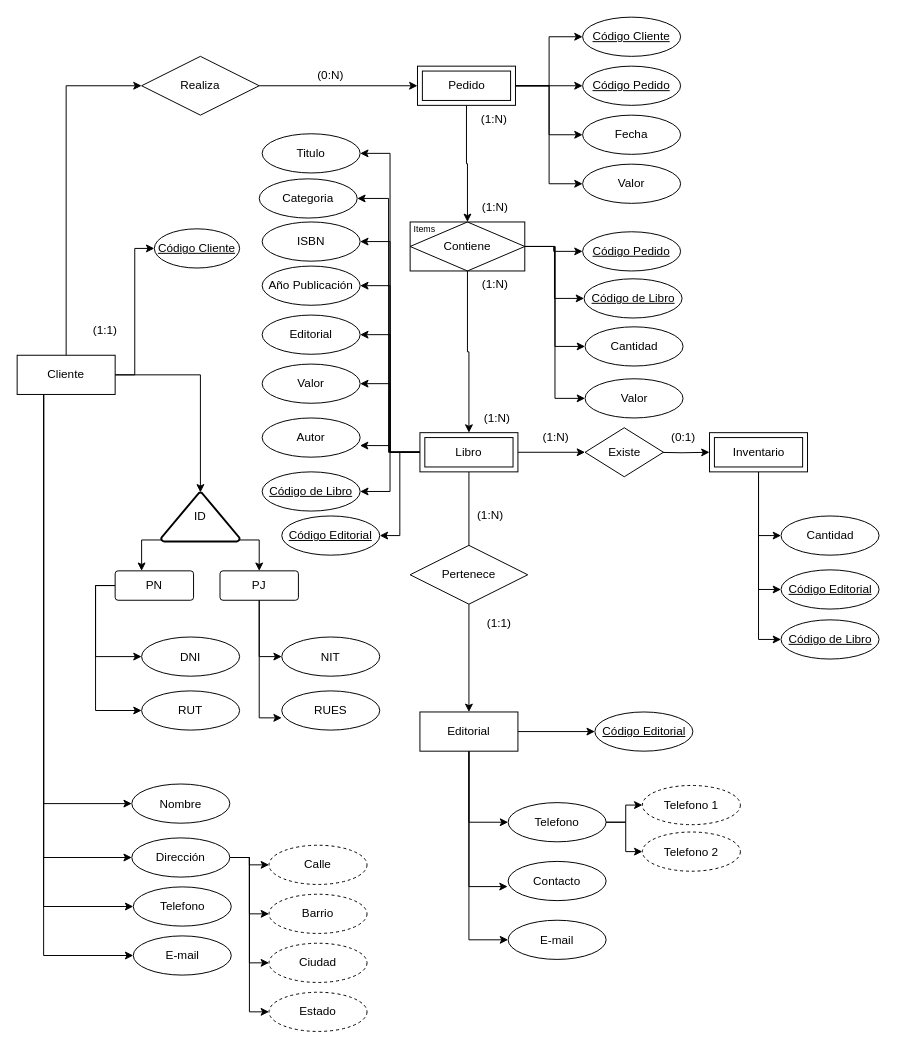
The draw.io diagram modelo.drawio in Starleen1996/Modelado_Datos, before the edit. Source tidied: cells renumbered, new cells numbered last; positions are measured from the earlier drawing's top-left corner, leaving out a move shared by most shapes. Both pictures are drawn from the tidied source at 98%, with x=0, y=0 at pixel (17, 17).
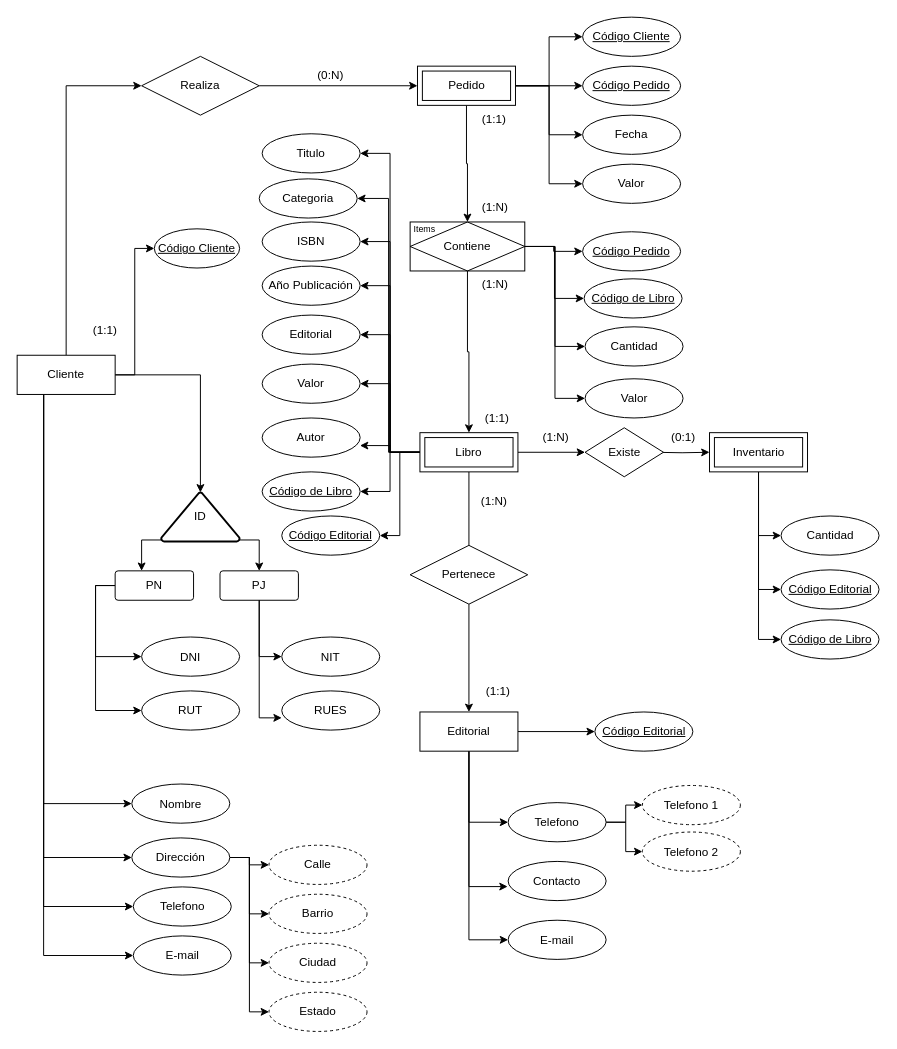
Above is the later version.

The edit, as a diff of the source:
```diff
@@
-    <mxCell id="39" value="(1:N)" style="text;strokeColor=none;align=center;fillColor=none;html=1;verticalAlign=middle;whiteSpace=wrap;rounded=0;" parent="1" vertex="1">
+    <mxCell id="39" value="(1:1)" style="text;strokeColor=none;align=center;fillColor=none;html=1;verticalAlign=middle;whiteSpace=wrap;rounded=0;" parent="1" vertex="1">
       <mxGeometry x="457" y="90" width="60" height="30" as="geometry" />
     </mxCell>
-    <mxCell id="40" value="(1:N)" style="text;strokeColor=none;align=center;fillColor=none;html=1;verticalAlign=middle;whiteSpace=wrap;rounded=0;" parent="1" vertex="1">
+    <mxCell id="40" value="(1:1)" style="text;strokeColor=none;align=center;fillColor=none;html=1;verticalAlign=middle;whiteSpace=wrap;rounded=0;" parent="1" vertex="1">
       <mxGeometry x="459.5" y="395" width="60" height="30" as="geometry" />
     </mxCell>
@@
     <mxCell id="43" value="(1:N)" style="text;strokeColor=none;align=center;fillColor=none;html=1;verticalAlign=middle;whiteSpace=wrap;rounded=0;" parent="1" vertex="1">
-      <mxGeometry x="452.5" y="494" width="60" height="30" as="geometry" />
+      <mxGeometry x="457" y="479" width="60" height="30" as="geometry" />
     </mxCell>
     <mxCell id="44" value="(1:1)" style="text;strokeColor=none;align=center;fillColor=none;html=1;verticalAlign=middle;whiteSpace=wrap;rounded=0;" parent="1" vertex="1">
-      <mxGeometry x="461.5" y="604" width="60" height="30" as="geometry" />
+      <mxGeometry x="461" y="672.5" width="60" height="30" as="geometry" />
     </mxCell>
```
